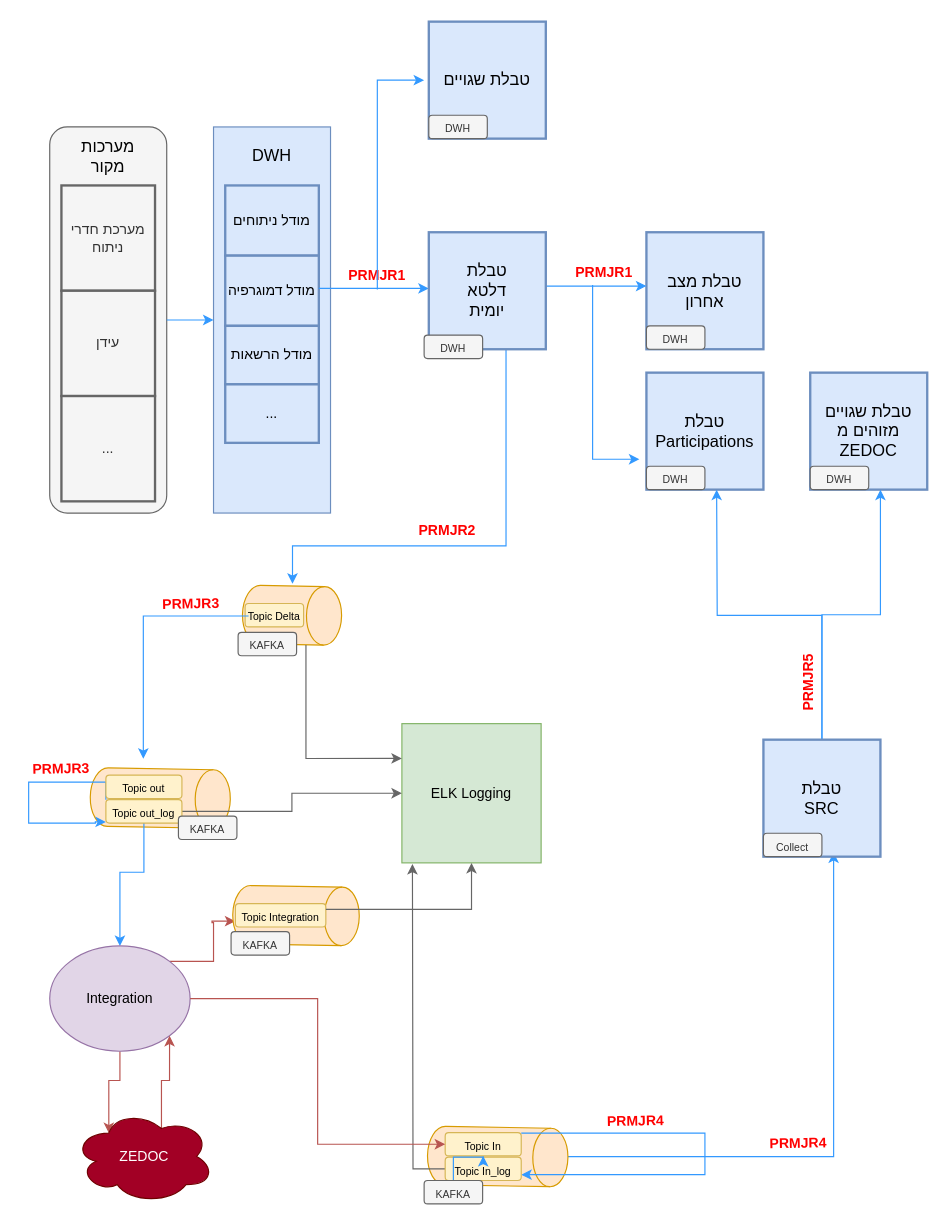
The draw.io diagram proms_architecture.drawio in itaybaran/drawing, before the edit. Source tidied: cells renumbered, new cells numbered last; positions are measured from the earlier drawing's top-left corner, leaving out a move shared by most shapes. Both pictures are drawn from the tidied source at 117%, with x=0, y=0 at pixel (26, 21).
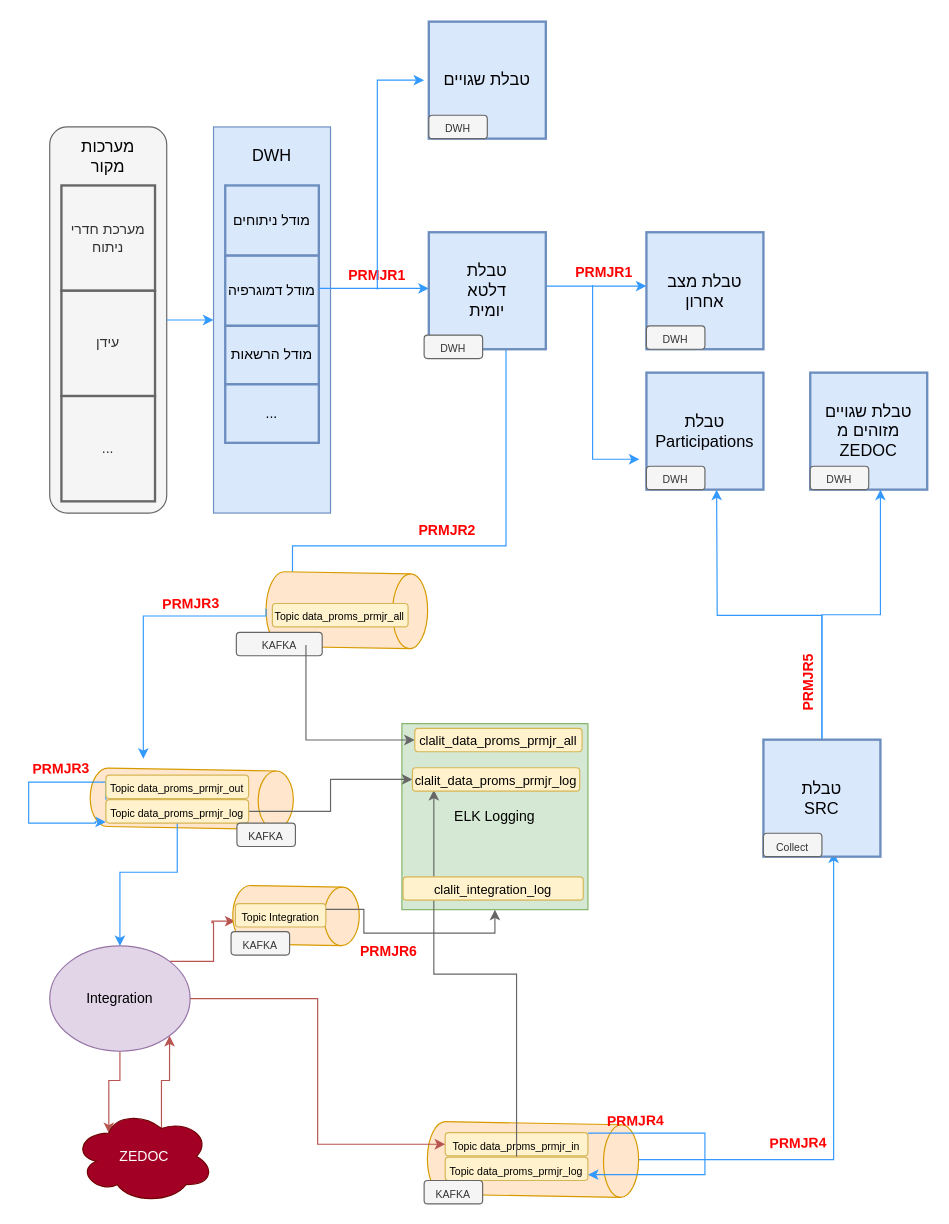
The same page after the edit.

The change refers to these unchanged cells:
```xml
<mxCell id="37" value="&lt;font style=&quot;font-size: 9px;&quot;&gt;KAFKA&lt;/font&gt;" style="rounded=1;whiteSpace=wrap;html=1;strokeWidth=1;fontSize=14;fillColor=#f5f5f5;fontColor=#333333;strokeColor=#666666;" parent="1" vertex="1">
  <mxGeometry x="340" y="990.5" width="50" height="20" as="geometry" />
</mxCell>
```

The edit, as a diff of the source:
```diff
@@
     <mxCell id="3" style="group;" parent="1" vertex="1">
-      <mxGeometry x="184.3" y="481.6" width="85.6" height="58.4" as="geometry" />
+      <mxGeometry x="184.3" y="481.6" width="125.7" height="90.5" as="geometry" />
     </mxCell>
     <mxCell id="4" style="shape=cylinder3;whiteSpace=wrap;html=1;boundedLbl=1;backgroundOutline=1;size=15;rotation=91;fillColor=#ffe6cc;strokeColor=#d79b00;" parent="3" vertex="1">
-      <mxGeometry x="17.8" y="-16.6" width="50" height="84.7" as="geometry" />
+      <mxGeometry x="57.7" y="-47.6" width="63.9" height="138.1" as="geometry" />
     </mxCell>
-    <mxCell id="5" value="&lt;font style=&quot;font-size: 9px;&quot;&gt;Topic Delta&lt;/font&gt;" style="rounded=1;whiteSpace=wrap;html=1;strokeWidth=1;fontSize=14;fillColor=#fff2cc;strokeColor=#d6b656;" parent="3" vertex="1">
-      <mxGeometry x="2.7" y="15.7" width="50" height="20" as="geometry" />
+    <mxCell id="5" value="&lt;font style=&quot;font-size: 9px;&quot;&gt;Topic data_proms_prmjr_all&lt;/font&gt;" style="rounded=1;whiteSpace=wrap;html=1;strokeWidth=1;fontSize=14;fillColor=#fff2cc;strokeColor=#d6b656;" parent="3" vertex="1">
+      <mxGeometry x="26" y="15.7" width="116" height="20" as="geometry" />
     </mxCell>
     <mxCell id="6" value="&lt;font style=&quot;font-size: 9px;&quot;&gt;KAFKA&lt;/font&gt;" style="rounded=1;whiteSpace=wrap;html=1;strokeWidth=1;fontSize=14;fillColor=#f5f5f5;fontColor=#333333;strokeColor=#666666;" parent="3" vertex="1">
-      <mxGeometry x="-3.3" y="40.4" width="50" height="20" as="geometry" />
+      <mxGeometry x="-4.8" y="40.4" width="73.4" height="20" as="geometry" />
     </mxCell>
     <mxCell id="7" value="ELK Logging" style="whiteSpace=wrap;html=1;fillColor=#d5e8d4;strokeColor=#82b366;" parent="1" vertex="1">
-      <mxGeometry x="321" y="600" width="119" height="119" as="geometry" />
+      <mxGeometry x="321" y="600" width="159" height="159" as="geometry" />
     </mxCell>
-    <mxCell id="8" style="edgeStyle=orthogonalEdgeStyle;rounded=0;jettySize=auto;html=1;entryX=0;entryY=0.25;entryDx=0;entryDy=0;strokeColor=#666666;fontColor=#000000;exitX=1;exitY=0;exitDx=0;exitDy=15;exitPerimeter=0;fillColor=#f5f5f5;" parent="1" edge="1" target="7">
+    <mxCell id="8" style="edgeStyle=orthogonalEdgeStyle;rounded=0;jettySize=auto;html=1;entryX=0;entryY=0.5;entryDx=0;entryDy=0;strokeColor=#666666;fontColor=#000000;exitX=1;exitY=0;exitDx=0;exitDy=15;exitPerimeter=0;fillColor=#f5f5f5;" parent="1" edge="1" target="76">
       <mxGeometry relative="1" as="geometry">
         <mxPoint x="239" y="532.8" as="sourcePoint" />
         <Array as="points">
-          <mxPoint x="239" y="630" />
+          <mxPoint x="239" y="614" />
         </Array>
       </mxGeometry>
     </mxCell>
     <mxCell id="9" style="shape=cylinder3;whiteSpace=wrap;html=1;boundedLbl=1;backgroundOutline=1;size=15;rotation=91;fillColor=#ffe6cc;strokeColor=#d79b00;" parent="1" vertex="1">
-      <mxGeometry x="89.5" y="603.8" width="50" height="119.7" as="geometry" />
+      <mxGeometry x="116.4" y="577.4" width="50" height="173.6" as="geometry" />
     </mxCell>
@@
-    <mxCell id="12" value="&lt;font style=&quot;font-size: 9px;&quot;&gt;Topic out&lt;/font&gt;" style="rounded=1;whiteSpace=wrap;html=1;strokeWidth=1;fontSize=14;fillColor=#fff2cc;strokeColor=#d6b656;" parent="1" vertex="1">
-      <mxGeometry x="68" y="644" width="65" height="20" as="geometry" />
+    <mxCell id="12" value="&lt;font style=&quot;font-size: 9px;&quot;&gt;Topic data_proms_prmjr_out&lt;/font&gt;" style="rounded=1;whiteSpace=wrap;html=1;strokeWidth=1;fontSize=14;fillColor=#fff2cc;strokeColor=#d6b656;" parent="1" vertex="1">
+      <mxGeometry x="68" y="644" width="122" height="20" as="geometry" />
     </mxCell>
-    <mxCell id="13" style="edgeStyle=orthogonalEdgeStyle;rounded=0;jettySize=auto;html=1;strokeColor=#666666;fontColor=#000000;fillColor=#f5f5f5;" parent="1" edge="1" source="14" target="7">
+    <mxCell id="13" style="edgeStyle=orthogonalEdgeStyle;rounded=0;jettySize=auto;html=1;strokeColor=#666666;fontColor=#000000;fillColor=#f5f5f5;entryX=0;entryY=0.5;entryDx=0;entryDy=0;" parent="1" edge="1" source="14" target="77">
       <mxGeometry relative="1" as="geometry" />
     </mxCell>
-    <mxCell id="14" value="&lt;font style=&quot;font-size: 9px;&quot;&gt;Topic out_log&lt;/font&gt;" style="rounded=1;whiteSpace=wrap;html=1;strokeWidth=1;fontSize=14;fillColor=#fff2cc;strokeColor=#d6b656;" parent="1" vertex="1">
-      <mxGeometry x="68" y="665" width="65" height="20" as="geometry" />
+    <mxCell id="14" value="&lt;font style=&quot;font-size: 9px;&quot;&gt;Topic data_proms_prmjr_log&lt;/font&gt;" style="rounded=1;whiteSpace=wrap;html=1;strokeWidth=1;fontSize=14;fillColor=#fff2cc;strokeColor=#d6b656;" parent="1" vertex="1">
+      <mxGeometry x="68" y="665" width="122" height="20" as="geometry" />
     </mxCell>
-    <mxCell id="15" style="edgeStyle=orthogonalEdgeStyle;rounded=0;orthogonalLoop=1;jettySize=auto;html=1;strokeColor=#3399FF;fontColor=#000000;startArrow=none;" parent="1" edge="1">
+    <mxCell id="15" style="edgeStyle=orthogonalEdgeStyle;rounded=0;jettySize=auto;html=1;strokeColor=#3399FF;fontColor=#000000;startArrow=none;exitX=0.5;exitY=1;exitDx=0;exitDy=0;exitPerimeter=0;" parent="1" edge="1" source="4">
       <mxGeometry relative="1" as="geometry">
-        <mxPoint x="190" y="508" as="sourcePoint" />
         <mxPoint x="100" y="630" as="targetPoint" />
         <Array as="points">
+          <mxPoint x="205" y="508" />
           <mxPoint x="100" y="508" />
         </Array>
       </mxGeometry>
     </mxCell>
@@
     <mxCell id="29" style="shape=cylinder3;whiteSpace=wrap;html=1;boundedLbl=1;backgroundOutline=1;size=15;rotation=91;fillColor=#ffe6cc;strokeColor=#d79b00;" parent="1" vertex="1">
-      <mxGeometry x="377.9" y="910" width="50" height="120" as="geometry" />
+      <mxGeometry x="402" y="882.3" width="62.1" height="180.5" as="geometry" />
     </mxCell>
@@
-    <mxCell id="31" value="&lt;font style=&quot;font-size: 9px;&quot;&gt;Topic In&lt;/font&gt;" style="rounded=1;whiteSpace=wrap;html=1;strokeWidth=1;fontSize=14;fillColor=#fff2cc;strokeColor=#d6b656;" parent="1" vertex="1">
-      <mxGeometry x="358" y="949.5" width="65" height="20" as="geometry" />
+    <mxCell id="31" value="&lt;font style=&quot;font-size: 9px;&quot;&gt;Topic data_proms_prmjr_in&lt;/font&gt;" style="rounded=1;whiteSpace=wrap;html=1;strokeWidth=1;fontSize=14;fillColor=#fff2cc;strokeColor=#d6b656;" parent="1" vertex="1">
+      <mxGeometry x="358" y="949.5" width="122" height="20" as="geometry" />
     </mxCell>
-    <mxCell id="32" style="edgeStyle=orthogonalEdgeStyle;rounded=0;jettySize=auto;html=1;strokeColor=#666666;fontColor=#000000;fillColor=#f5f5f5;" parent="1" edge="1" source="33">
-      <mxGeometry relative="1" as="geometry">
-        <mxPoint x="330" y="720" as="targetPoint" />
-      </mxGeometry>
+    <mxCell id="32" style="edgeStyle=orthogonalEdgeStyle;rounded=0;jettySize=auto;html=1;strokeColor=#666666;fontColor=#000000;fillColor=#f5f5f5;entryX=0.128;entryY=0.952;entryDx=0;entryDy=0;entryPerimeter=0;" parent="1" edge="1" source="33" target="77">
+      <mxGeometry relative="1" as="geometry" />
     </mxCell>
-    <mxCell id="33" value="&lt;font style=&quot;font-size: 9px;&quot;&gt;Topic In_log&lt;/font&gt;" style="rounded=1;whiteSpace=wrap;html=1;strokeWidth=1;fontSize=14;fillColor=#fff2cc;strokeColor=#d6b656;" parent="1" vertex="1">
-      <mxGeometry x="358" y="970.5" width="65" height="20" as="geometry" />
+    <mxCell id="33" value="&lt;font style=&quot;font-size: 9px;&quot;&gt;Topic data_proms_prmjr_log&lt;/font&gt;" style="rounded=1;whiteSpace=wrap;html=1;strokeWidth=1;fontSize=14;fillColor=#fff2cc;strokeColor=#d6b656;" parent="1" vertex="1">
+      <mxGeometry x="358" y="970.5" width="122" height="20" as="geometry" />
     </mxCell>
@@
     <mxCell id="35" value="&lt;font style=&quot;font-size: 9px;&quot;&gt;KAFKA&lt;/font&gt;" style="rounded=1;whiteSpace=wrap;html=1;strokeWidth=1;fontSize=14;fillColor=#f5f5f5;fontColor=#333333;strokeColor=#666666;" parent="1" vertex="1">
-      <mxGeometry x="130" y="679" width="50" height="20" as="geometry" />
+      <mxGeometry x="180" y="685" width="50" height="20" as="geometry" />
     </mxCell>
-    <mxCell id="36" style="edgeStyle=orthogonalEdgeStyle;rounded=0;jettySize=auto;html=1;strokeColor=#3399FF;fontColor=#000000;" parent="1" edge="1" source="37" target="31">
-      <mxGeometry relative="1" as="geometry" />
-    </mxCell>
@@
+    <mxCell id="76" value="&lt;font style=&quot;font-size: 11px;&quot;&gt;clalit_data_proms_prmjr_all&lt;/font&gt;" style="rounded=1;whiteSpace=wrap;html=1;strokeWidth=1;fontSize=14;fillColor=#fff2cc;strokeColor=#d6b656;" parent="1" vertex="1">
+      <mxGeometry x="332" y="604" width="143" height="20" as="geometry" />
+    </mxCell>
+    <mxCell id="77" value="&lt;font style=&quot;font-size: 11px;&quot;&gt;clalit_data_proms_prmjr_log&lt;/font&gt;" style="rounded=1;whiteSpace=wrap;html=1;strokeWidth=1;fontSize=14;fillColor=#fff2cc;strokeColor=#d6b656;" parent="1" vertex="1">
+      <mxGeometry x="330" y="637.7" width="143" height="20" as="geometry" />
+    </mxCell>
+    <mxCell id="78" value="&lt;font style=&quot;font-size: 11px;&quot;&gt;clalit_integration_log&lt;/font&gt;" style="rounded=1;whiteSpace=wrap;html=1;strokeWidth=1;fontSize=14;fillColor=#fff2cc;strokeColor=#d6b656;" parent="1" vertex="1">
+      <mxGeometry x="322" y="730.9" width="154" height="20" as="geometry" />
+    </mxCell>
+    <mxCell id="79" value="&lt;font color=&quot;#ff0000&quot; style=&quot;font-size: 12px;&quot;&gt;PRMJR6&lt;br&gt;&lt;/font&gt;" style="text;html=1;align=center;verticalAlign=middle;whiteSpace=wrap;rounded=0;fontSize=9;fontStyle=1;rotation=0;" parent="1" vertex="1">
+      <mxGeometry x="280" y="780" width="60" height="30" as="geometry" />
+    </mxCell>
```
